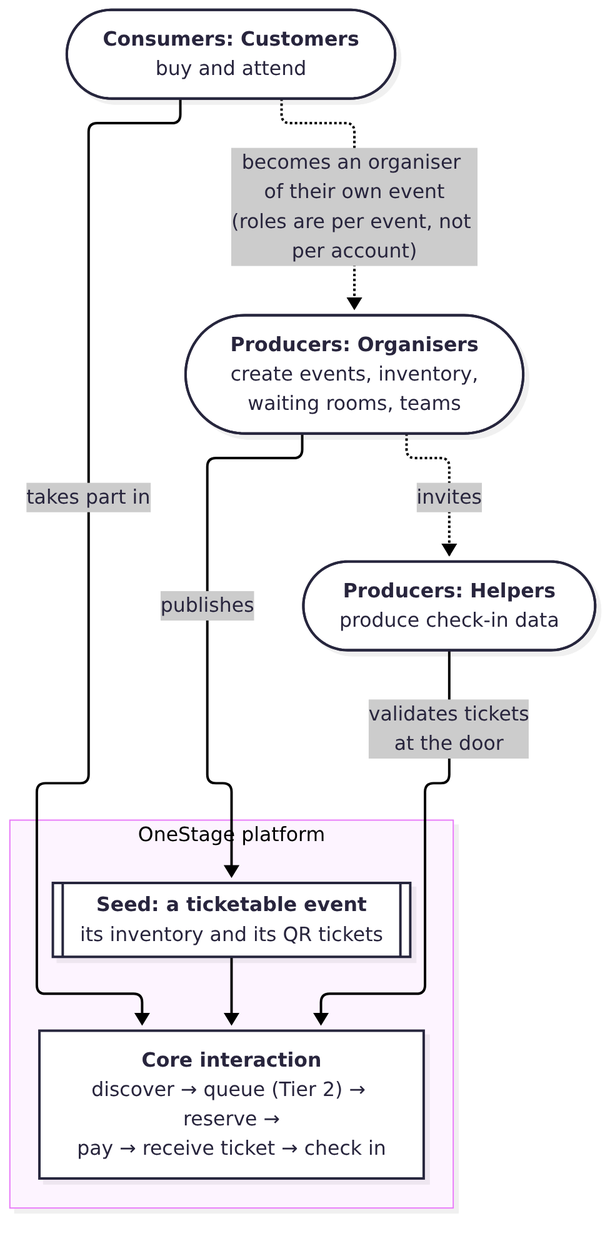
Earlier version of the Mermaid export diagrams/rendered/04-platform-interactions.png (nus-mtech-grp1-sem2/docs). Its source is kept beside it as diagrams/src/04-platform-interactions.mmd. Source of this version:
```mermaid
flowchart TB
    ORG(["<b>Producers: Organisers</b><br/>create events, inventory,<br/>waiting rooms, teams"])
    HLP(["<b>Producers: Helpers</b><br/>produce check-in data"])
    CUS(["<b>Consumers: Customers</b><br/>buy and attend"])

    subgraph Platform["OneStage platform"]
        SEED[["<b>Seed: a ticketable event</b><br/>its inventory and its QR tickets"]]
        CORE["<b>Core interaction</b><br/>discover → queue (Tier 2) → reserve →<br/>pay → receive ticket → check in"]
        SEED --> CORE
    end

    ORG -->|publishes| SEED
    ORG -. invites .-> HLP
    HLP -->|"validates tickets<br/>at the door"| CORE
    CUS -->|takes part in| CORE
    CUS -. "becomes an organiser of their own event<br/>(roles are per event, not per account)" .-> ORG
```
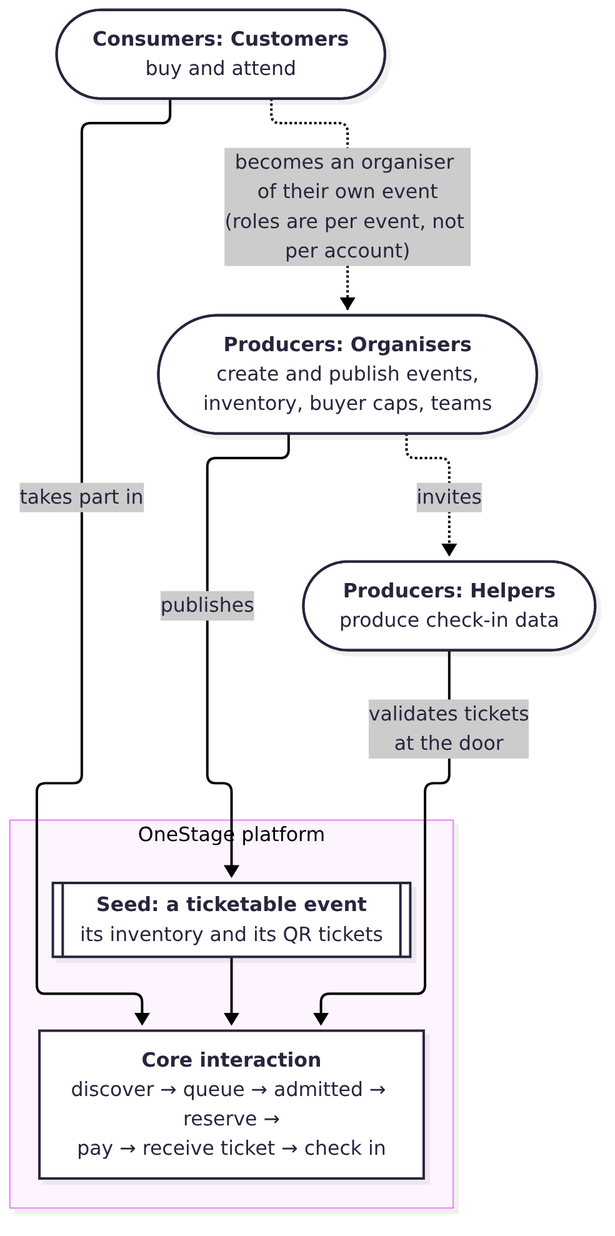
Later version of the same file.

Diff of the diagram source:
```diff
@@ -1,11 +1,11 @@
 flowchart TB
-    ORG(["<b>Producers: Organisers</b><br/>create events, inventory,<br/>waiting rooms, teams"])
+    ORG(["<b>Producers: Organisers</b><br/>create and publish events,<br/>inventory, buyer caps, teams"])
     HLP(["<b>Producers: Helpers</b><br/>produce check-in data"])
     CUS(["<b>Consumers: Customers</b><br/>buy and attend"])
 
     subgraph Platform["OneStage platform"]
         SEED[["<b>Seed: a ticketable event</b><br/>its inventory and its QR tickets"]]
-        CORE["<b>Core interaction</b><br/>discover → queue (Tier 2) → reserve →<br/>pay → receive ticket → check in"]
+        CORE["<b>Core interaction</b><br/>discover → queue → admitted → reserve →<br/>pay → receive ticket → check in"]
         SEED --> CORE
     end
 
```
